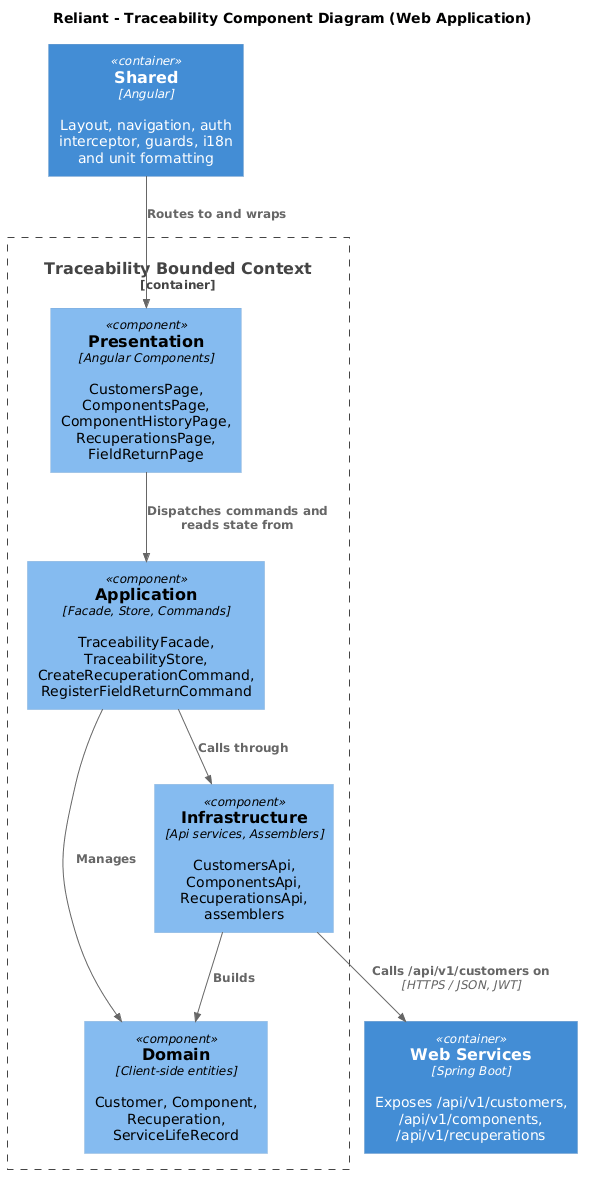
Above: assets/img/4.chapter-iv/4.6.domain-driven-software-architecture/4.6.4.software-architecture-components-diagrams/reliant-c4-components-traceability-web-application.png in upc-pre-202620-1asi0729-7753-innovacorp/reliant-report (PlantUML), before the change.
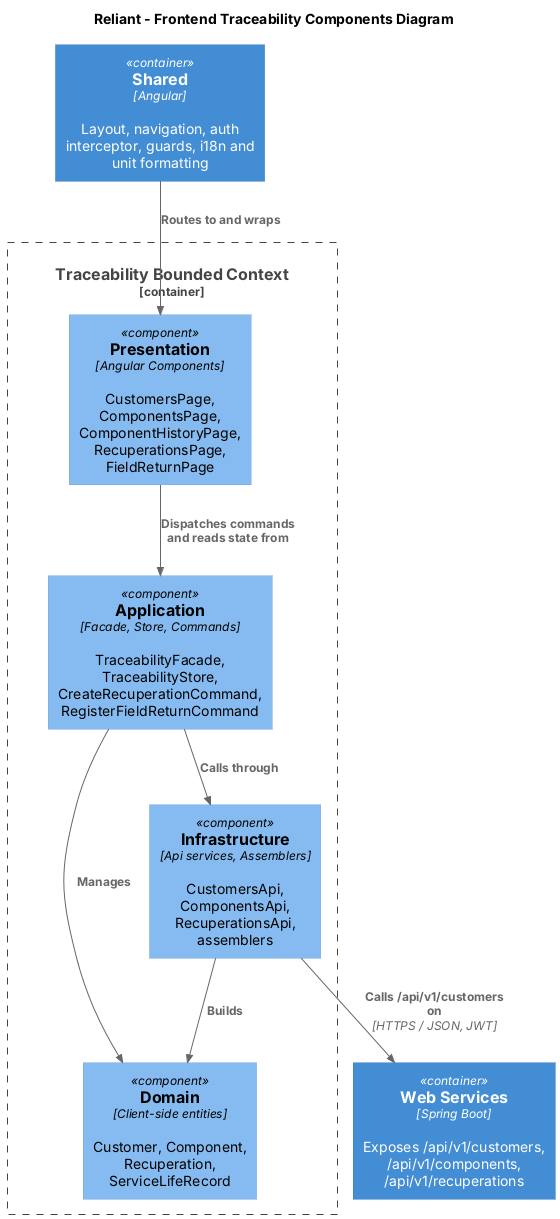
Later version of the same file.

The edit, as a diff of the source:
```diff
@@ -1,7 +1,7 @@
-@startuml
+@startuml "Components-Traceability-Frontend"
 !includeurl https://raw.githubusercontent.com/plantuml-stdlib/C4-PlantUML/master/C4_Component.puml
 
-title Reliant - Traceability Component Diagram (Web Application)
+title Reliant - Frontend Traceability Components Diagram
 
 Container(api, "Web Services", "Spring Boot", "Exposes /api/v1/customers, /api/v1/components, /api/v1/recuperations")
 Container(shared, "Shared", "Angular", "Layout, navigation, auth interceptor, guards, i18n and unit formatting")
```
